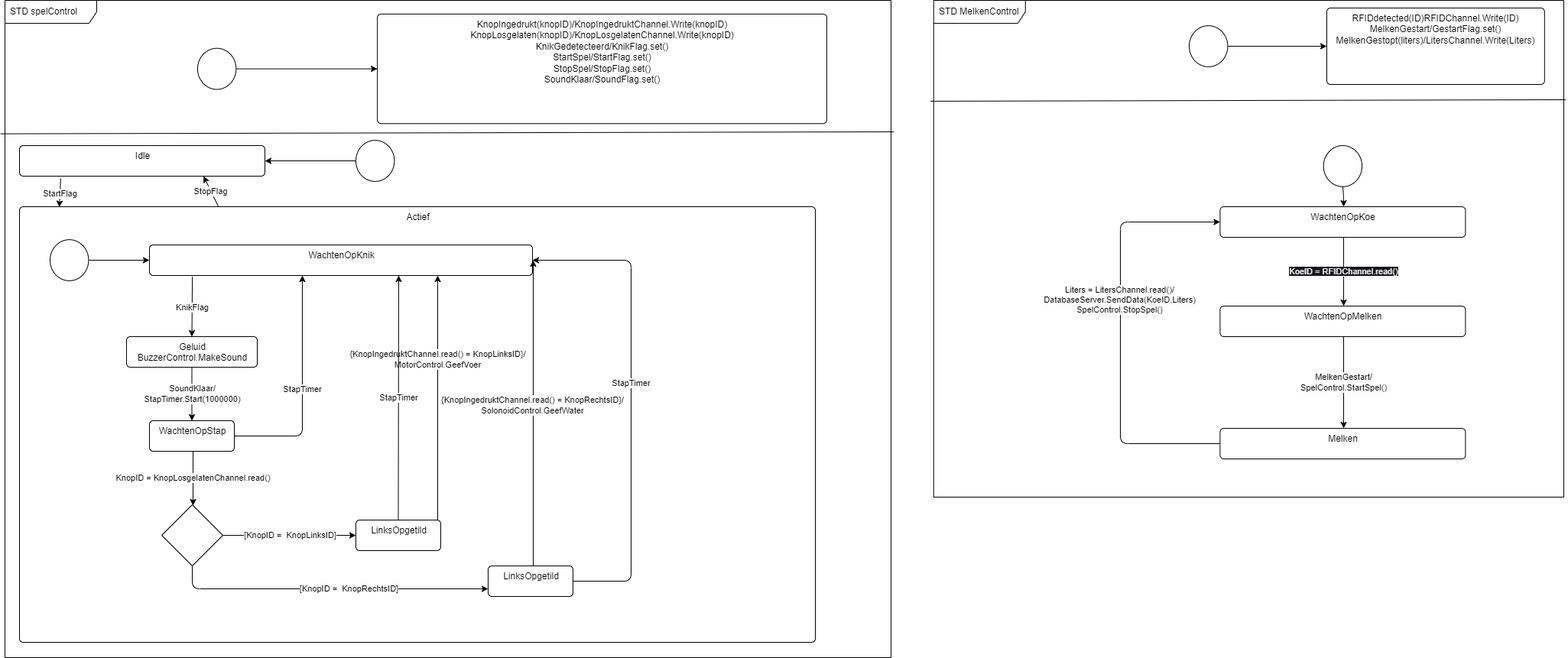
FabianMeerveld/S3-reparatie-FabianMeerveld keeps this draw.io diagram as LU3 software ontwerpen/STD.png. Above is the earlier version. Source tidied: cells renumbered, new cells last; positions are measured from the earlier drawing's top-left corner, leaving out a move shared by most shapes.
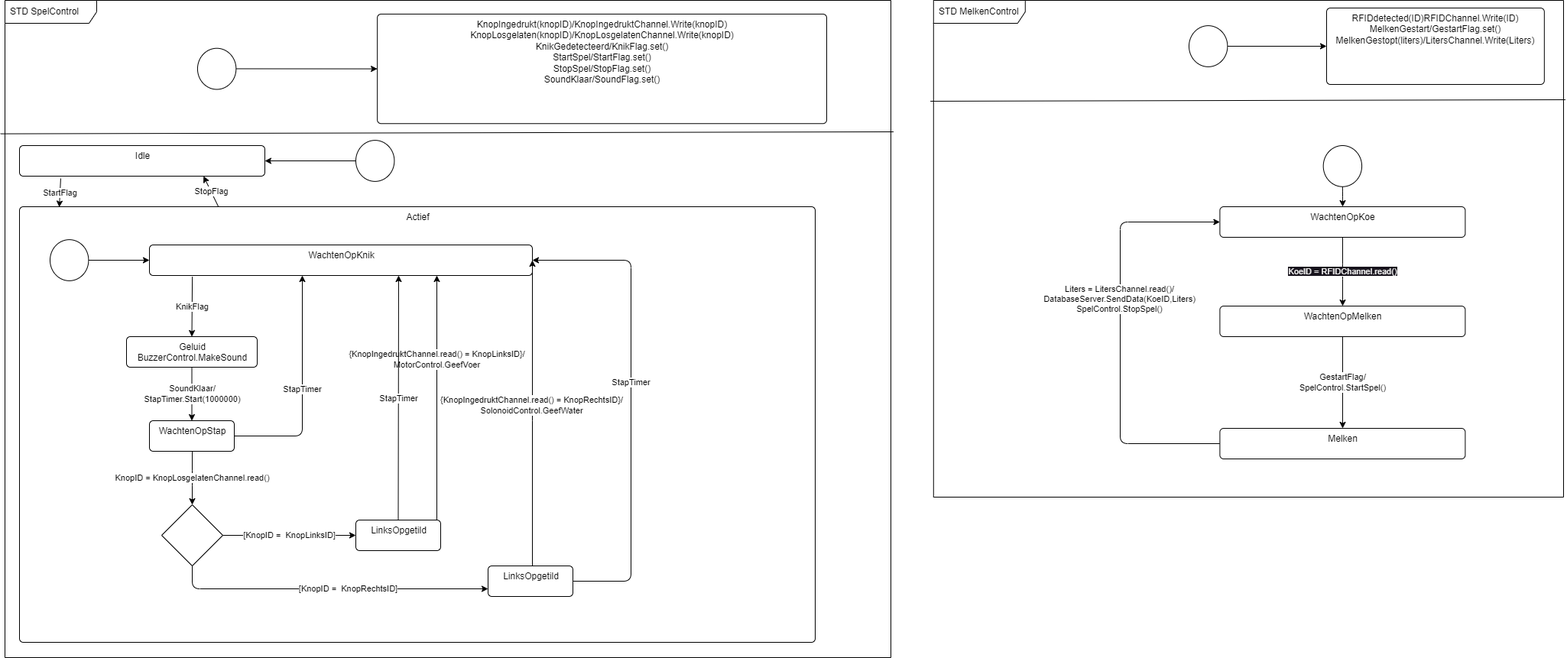
The same diagram one commit later.

The edit, as a diff of the source:
```diff
@@ -5,7 +5,7 @@
     <mxCell id="2" style="group;" parent="1" vertex="1">
       <mxGeometry width="1159" height="860" as="geometry" />
     </mxCell>
-    <mxCell id="3" value="STD spelControl" style="shape=umlFrame;whiteSpace=wrap;html=1;width=120;height=30;boundedLbl=1;verticalAlign=middle;align=left;spacingLeft=5;" parent="2" vertex="1">
+    <mxCell id="3" value="STD SpelControl" style="shape=umlFrame;whiteSpace=wrap;html=1;width=120;height=30;boundedLbl=1;verticalAlign=middle;align=left;spacingLeft=5;" parent="2" vertex="1">
       <mxGeometry width="1159" height="860" as="geometry" />
     </mxCell>
     <mxCell id="4" style="endArrow=none;html=1;exitX=-0.005;exitY=0.203;exitDx=0;exitDy=0;exitPerimeter=0;entryX=1.003;entryY=0.2;entryDx=0;entryDy=0;entryPerimeter=0;" parent="2" edge="1" source="3" target="3">
@@ -137,7 +137,7 @@
     <mxCell id="40" style="ellipse;" parent="1" vertex="1">
       <mxGeometry x="1724.7" y="190" width="50.4" height="53.8" as="geometry" />
     </mxCell>
-    <mxCell id="41" value="MelkenGestart/&lt;br&gt;SpelControl.StartSpel()" style="edgeStyle=elbowEdgeStyle;html=1;" parent="1" edge="1" source="42" target="45">
+    <mxCell id="41" value="GestartFlag/&lt;br&gt;SpelControl.StartSpel()" style="edgeStyle=elbowEdgeStyle;html=1;" parent="1" edge="1" source="42" target="45">
       <mxGeometry relative="1" as="geometry" />
     </mxCell>
     <mxCell id="42" value="WachtenOpMelken" style="html=1;align=center;verticalAlign=top;rounded=1;absoluteArcSize=1;arcSize=10;dashed=0;" parent="1" vertex="1">
```
